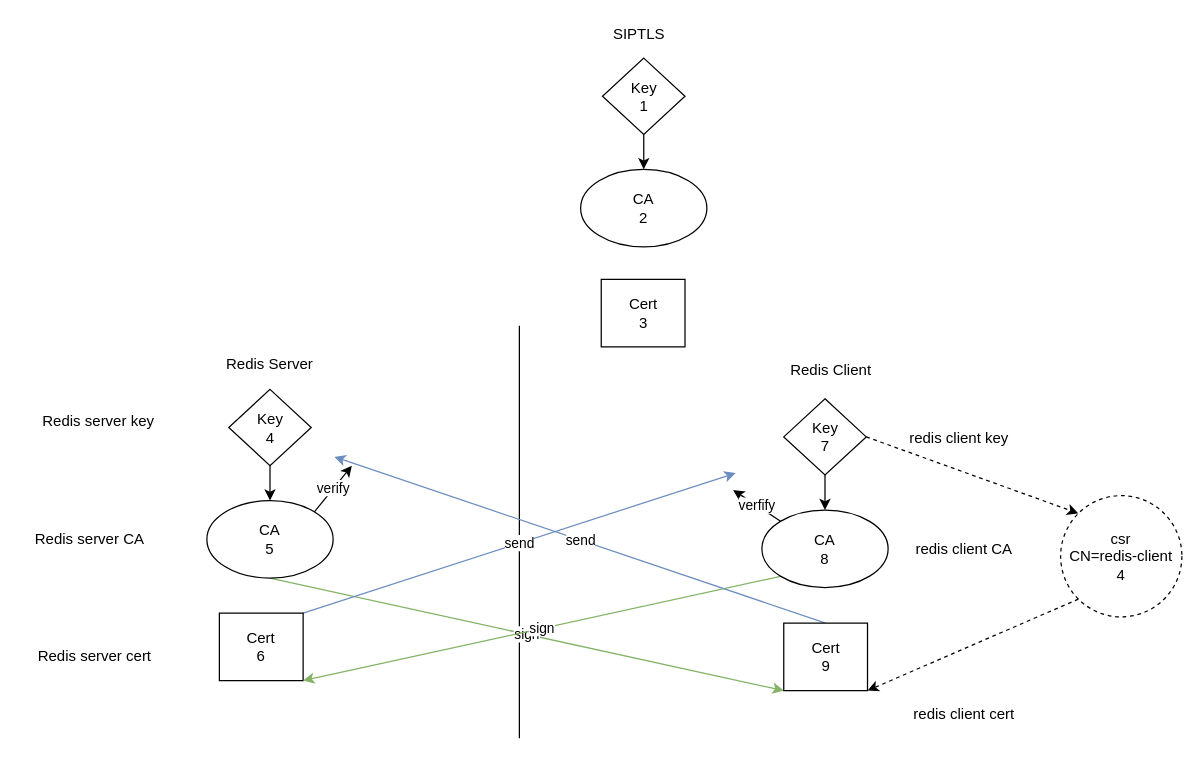
This is page "3sets" (2 of 2) of Bro Certs.drawio from Albert-W/Draw_io, a draw.io file, before an edit. Source tidied: cells renumbered, new cells numbered last; positions are measured from the earlier drawing's top-left corner, leaving out a move shared by most shapes. Both pictures are drawn from the tidied source at 125%, with x=0, y=0 at pixel (21, 21).
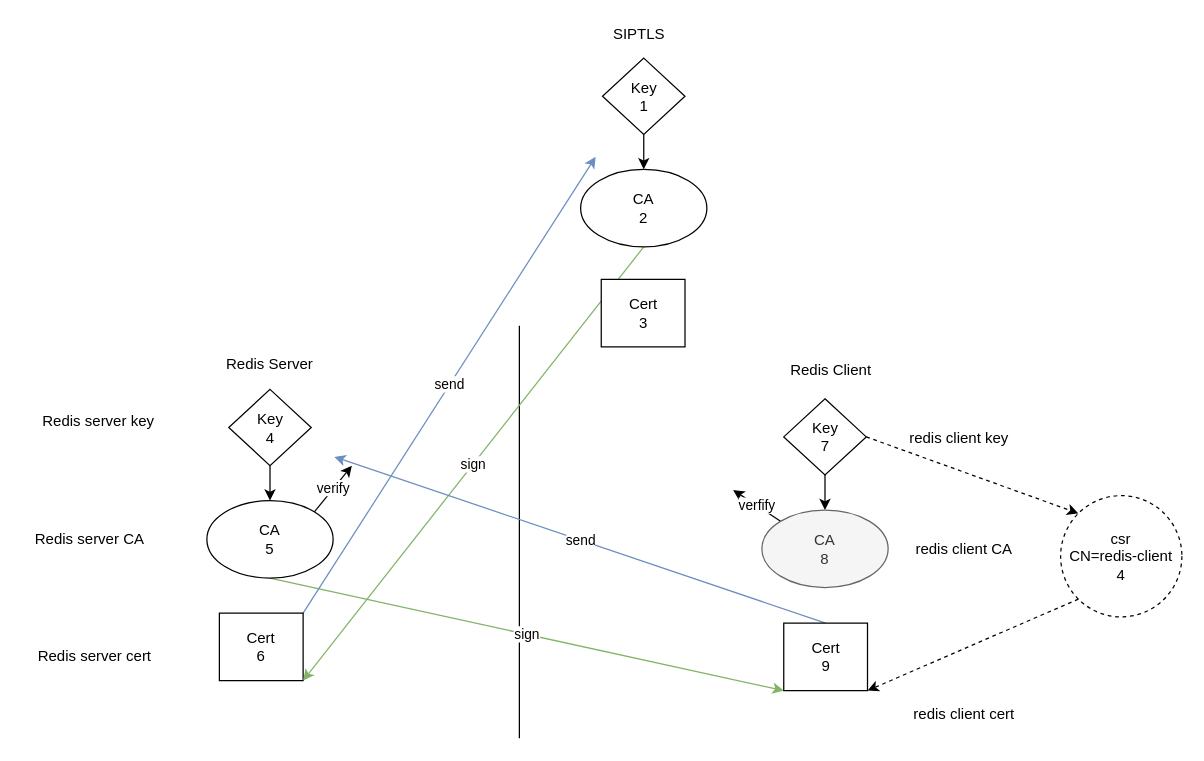
After the change.

Unchanged cells that the change refers to:
```xml
<mxCell id="11" value="&lt;div&gt;Cert&lt;/div&gt;&lt;div&gt;6&lt;br&gt;&lt;/div&gt;" style="rounded=0;whiteSpace=wrap;html=1;" parent="1" vertex="1">
  <mxGeometry x="158" y="473" width="67" height="54" as="geometry" />
</mxCell>
<mxCell id="30" value="&lt;div&gt;CA&lt;/div&gt;&lt;div&gt;2&lt;br&gt;&lt;/div&gt;" style="ellipse;whiteSpace=wrap;html=1;" parent="1" vertex="1">
  <mxGeometry x="447" y="118" width="101" height="62" as="geometry" />
</mxCell>
```

What changed in the source:
```diff
@@
     <mxCell id="10" value="send" style="edgeStyle=none;rounded=0;jettySize=auto;html=1;exitX=1;exitY=0;exitDx=0;exitDy=0;fillColor=#dae8fc;strokeColor=#6c8ebf;" parent="1" edge="1" source="11">
       <mxGeometry relative="1" as="geometry">
-        <mxPoint x="571" y="361" as="targetPoint" />
+        <mxPoint x="459" y="108" as="targetPoint" />
       </mxGeometry>
     </mxCell>
@@
-    <mxCell id="15" value="sign" style="rounded=0;jettySize=auto;html=1;exitX=0;exitY=1;exitDx=0;exitDy=0;entryX=1;entryY=1;entryDx=0;entryDy=0;fillColor=#d5e8d4;strokeColor=#82b366;" parent="1" edge="1" source="17" target="11">
+    <mxCell id="15" value="sign" style="rounded=0;jettySize=auto;html=1;exitX=0.5;exitY=1;exitDx=0;exitDy=0;entryX=1;entryY=1;entryDx=0;entryDy=0;fillColor=#d5e8d4;strokeColor=#82b366;" parent="1" edge="1" source="30" target="11">
       <mxGeometry relative="1" as="geometry" />
     </mxCell>
@@
-    <mxCell id="17" value="&lt;div&gt;CA&lt;/div&gt;&lt;div&gt;8&lt;br&gt;&lt;/div&gt;" style="ellipse;whiteSpace=wrap;html=1;" parent="1" vertex="1">
+    <mxCell id="17" value="&lt;div&gt;CA&lt;/div&gt;&lt;div&gt;8&lt;br&gt;&lt;/div&gt;" style="ellipse;whiteSpace=wrap;html=1;fillColor=#f5f5f5;strokeColor=#666666;fontColor=#333333;" parent="1" vertex="1">
       <mxGeometry x="592" y="390.5" width="101" height="62" as="geometry" />
     </mxCell>
```
